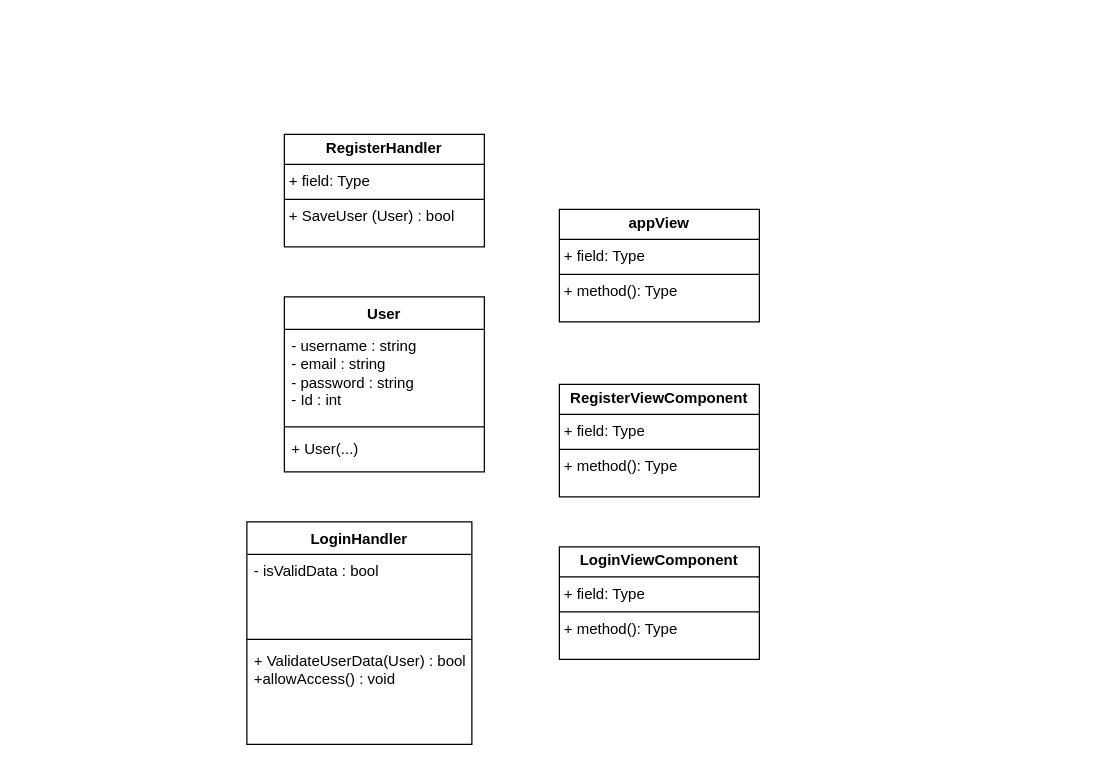
This is diagrams/app.dio from RamadoriVladimir/isft151-pp3-, a draw.io file, before an edit. Source tidied: cells renumbered, new cells numbered last; positions are measured from the earlier drawing's top-left corner, leaving out a move shared by most shapes. Both pictures are drawn from the tidied source at 125%, with x=0, y=0 at pixel (246, 134).
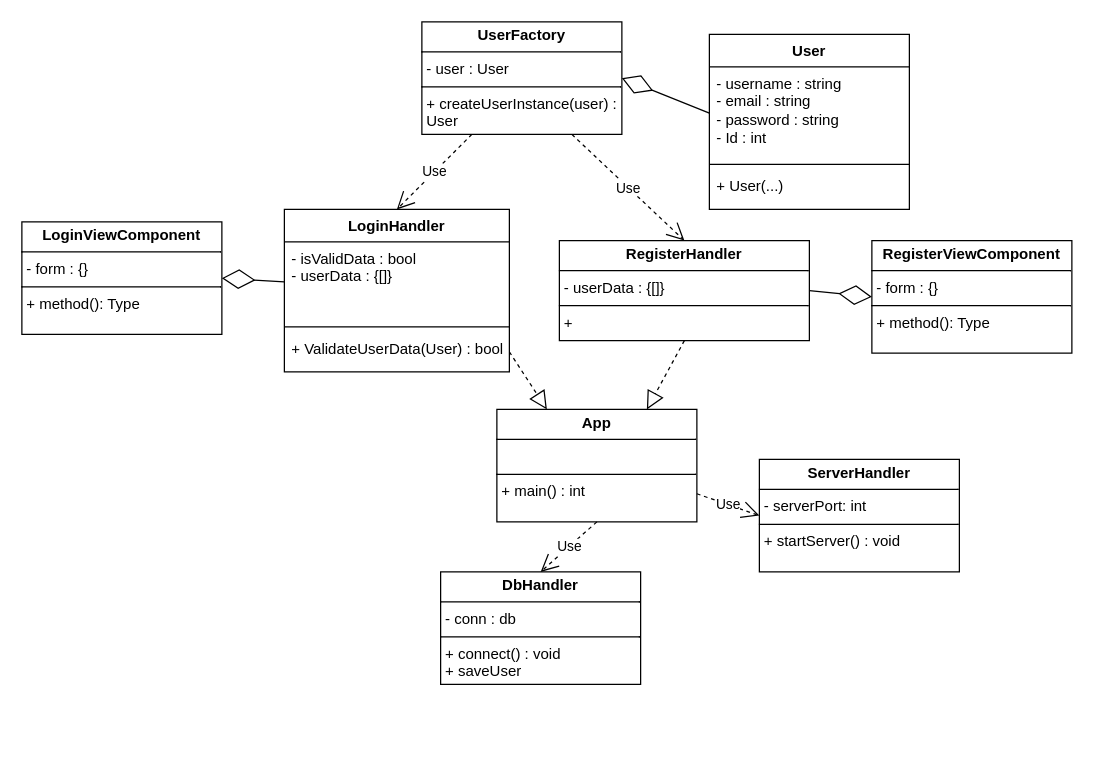
After the change.

The edit, as a diff of the source:
```diff
@@
-    <mxCell id="2" value="&lt;span style=&quot;background-color: light-dark(#ffffff, var(--ge-dark-color, #121212));&quot;&gt;User&lt;/span&gt;" style="swimlane;fontStyle=1;align=center;verticalAlign=top;horizontal=1;startSize=26;whiteSpace=wrap;html=1;" parent="1" vertex="1">
-      <mxGeometry x="30" y="130" width="160" height="140" as="geometry" />
-    </mxCell>
-    <mxCell id="3" value="- username : string&lt;div&gt;- email : string&lt;/div&gt;&lt;div&gt;- password : string&lt;/div&gt;&lt;div&gt;- Id : int&lt;/div&gt;" style="text;strokeColor=none;fillColor=none;align=left;verticalAlign=top;spacingLeft=4;spacingRight=4;overflow=hidden;points=[[0,0.5],[1,0.5]];portConstraint=eastwest;whiteSpace=wrap;html=1;" parent="2" vertex="1">
-      <mxGeometry y="26" width="160" height="74" as="geometry" />
-    </mxCell>
-    <mxCell id="4" style="line;strokeWidth=1;fillColor=none;align=left;verticalAlign=middle;spacingTop=-1;spacingLeft=3;spacingRight=3;labelPosition=right;strokeColor=inherit;" parent="2" vertex="1">
-      <mxGeometry y="100" width="160" height="8" as="geometry" />
-    </mxCell>
-    <mxCell id="5" value="+ User(...)" style="text;strokeColor=none;fillColor=none;align=left;verticalAlign=top;spacingLeft=4;spacingRight=4;overflow=hidden;whiteSpace=wrap;html=1;" parent="2" vertex="1">
-      <mxGeometry y="108" width="160" height="32" as="geometry" />
-    </mxCell>
     <mxCell id="6" value="LoginHandler" style="swimlane;fontStyle=1;align=center;verticalAlign=top;horizontal=1;startSize=26;whiteSpace=wrap;html=1;" parent="1" vertex="1">
-      <mxGeometry y="310" width="180" height="178" as="geometry" />
+      <mxGeometry x="30" y="60" width="180" height="130" as="geometry" />
     </mxCell>
-    <mxCell id="7" value="- isValidData : bool&lt;div&gt;&lt;br&gt;&lt;/div&gt;" style="text;strokeColor=none;fillColor=none;align=left;verticalAlign=top;spacingLeft=4;spacingRight=4;overflow=hidden;points=[[0,0.5],[1,0.5]];portConstraint=eastwest;whiteSpace=wrap;html=1;" parent="6" vertex="1">
+    <mxCell id="7" value="- isValidData : bool&lt;div&gt;- userData : {[]}&lt;/div&gt;" style="text;strokeColor=none;fillColor=none;align=left;verticalAlign=top;spacingLeft=4;spacingRight=4;overflow=hidden;points=[[0,0.5],[1,0.5]];portConstraint=eastwest;whiteSpace=wrap;html=1;" parent="6" vertex="1">
       <mxGeometry y="26" width="180" height="64" as="geometry" />
     </mxCell>
@@
-    <mxCell id="9" value="+ ValidateUserData(User) : bool&lt;div&gt;+allowAccess() : void&lt;/div&gt;" style="text;strokeColor=none;fillColor=none;align=left;verticalAlign=top;spacingLeft=4;spacingRight=4;overflow=hidden;points=[[0,0.5],[1,0.5]];portConstraint=eastwest;whiteSpace=wrap;html=1;" parent="6" vertex="1">
-      <mxGeometry y="98" width="180" height="80" as="geometry" />
+    <mxCell id="9" value="&lt;div&gt;&lt;span style=&quot;background-color: transparent;&quot;&gt;+ ValidateUserData(User) : bool&lt;/span&gt;&lt;/div&gt;&lt;div&gt;&lt;br&gt;&lt;/div&gt;" style="text;strokeColor=none;fillColor=none;align=left;verticalAlign=top;spacingLeft=4;spacingRight=4;overflow=hidden;points=[[0,0.5],[1,0.5]];portConstraint=eastwest;whiteSpace=wrap;html=1;" parent="6" vertex="1">
+      <mxGeometry y="98" width="180" height="32" as="geometry" />
     </mxCell>
-    <mxCell id="10" value="&lt;p style=&quot;margin:0px;margin-top:4px;text-align:center;&quot;&gt;&lt;b&gt;RegisterHandler&lt;/b&gt;&lt;/p&gt;&lt;hr size=&quot;1&quot; style=&quot;border-style:solid;&quot;&gt;&lt;p style=&quot;margin:0px;margin-left:4px;&quot;&gt;+ field: Type&lt;/p&gt;&lt;hr size=&quot;1&quot; style=&quot;border-style:solid;&quot;&gt;&lt;p style=&quot;margin:0px;margin-left:4px;&quot;&gt;+ SaveUser (User) : bool&lt;/p&gt;" style="verticalAlign=top;align=left;overflow=fill;html=1;whiteSpace=wrap;" parent="1" vertex="1">
-      <mxGeometry x="30" width="160" height="90" as="geometry" />
+    <mxCell id="10" value="&lt;p style=&quot;margin:0px;margin-top:4px;text-align:center;&quot;&gt;&lt;b&gt;RegisterHandler&lt;/b&gt;&lt;/p&gt;&lt;hr size=&quot;1&quot; style=&quot;border-style:solid;&quot;&gt;&lt;p style=&quot;margin:0px;margin-left:4px;&quot;&gt;- userData : {[]}&lt;/p&gt;&lt;hr size=&quot;1&quot; style=&quot;border-style:solid;&quot;&gt;&lt;p style=&quot;margin:0px;margin-left:4px;&quot;&gt;+&amp;nbsp;&lt;/p&gt;" style="verticalAlign=top;align=left;overflow=fill;html=1;whiteSpace=wrap;" parent="1" vertex="1">
+      <mxGeometry x="250" y="85" width="200" height="80" as="geometry" />
     </mxCell>
-    <mxCell id="11" value="&lt;p style=&quot;margin:0px;margin-top:4px;text-align:center;&quot;&gt;&lt;b&gt;RegisterViewComponent&lt;/b&gt;&lt;/p&gt;&lt;hr size=&quot;1&quot; style=&quot;border-style:solid;&quot;&gt;&lt;p style=&quot;margin:0px;margin-left:4px;&quot;&gt;+ field: Type&lt;/p&gt;&lt;hr size=&quot;1&quot; style=&quot;border-style:solid;&quot;&gt;&lt;p style=&quot;margin:0px;margin-left:4px;&quot;&gt;+ method(): Type&lt;/p&gt;" style="verticalAlign=top;align=left;overflow=fill;html=1;whiteSpace=wrap;" parent="1" vertex="1">
-      <mxGeometry x="250" y="200" width="160" height="90" as="geometry" />
+    <mxCell id="11" value="&lt;p style=&quot;margin:0px;margin-top:4px;text-align:center;&quot;&gt;&lt;b&gt;RegisterViewComponent&lt;/b&gt;&lt;/p&gt;&lt;hr size=&quot;1&quot; style=&quot;border-style:solid;&quot;&gt;&lt;p style=&quot;margin:0px;margin-left:4px;&quot;&gt;- form : {}&lt;/p&gt;&lt;hr size=&quot;1&quot; style=&quot;border-style:solid;&quot;&gt;&lt;p style=&quot;margin:0px;margin-left:4px;&quot;&gt;+ method(): Type&lt;/p&gt;" style="verticalAlign=top;align=left;overflow=fill;html=1;whiteSpace=wrap;" parent="1" vertex="1">
+      <mxGeometry x="500" y="85" width="160" height="90" as="geometry" />
     </mxCell>
-    <mxCell id="12" value="&lt;p style=&quot;margin:0px;margin-top:4px;text-align:center;&quot;&gt;&lt;b&gt;LoginViewComponent&lt;/b&gt;&lt;/p&gt;&lt;hr size=&quot;1&quot; style=&quot;border-style:solid;&quot;&gt;&lt;p style=&quot;margin:0px;margin-left:4px;&quot;&gt;+ field: Type&lt;/p&gt;&lt;hr size=&quot;1&quot; style=&quot;border-style:solid;&quot;&gt;&lt;p style=&quot;margin:0px;margin-left:4px;&quot;&gt;+ method(): Type&lt;/p&gt;" style="verticalAlign=top;align=left;overflow=fill;html=1;whiteSpace=wrap;" parent="1" vertex="1">
-      <mxGeometry x="250" y="330" width="160" height="90" as="geometry" />
+    <mxCell id="12" value="&lt;p style=&quot;margin:0px;margin-top:4px;text-align:center;&quot;&gt;&lt;b&gt;LoginViewComponent&lt;/b&gt;&lt;/p&gt;&lt;hr size=&quot;1&quot; style=&quot;border-style:solid;&quot;&gt;&lt;p style=&quot;margin:0px;margin-left:4px;&quot;&gt;- form : {}&lt;/p&gt;&lt;hr size=&quot;1&quot; style=&quot;border-style:solid;&quot;&gt;&lt;p style=&quot;margin:0px;margin-left:4px;&quot;&gt;+ method(): Type&lt;/p&gt;" style="verticalAlign=top;align=left;overflow=fill;html=1;whiteSpace=wrap;" parent="1" vertex="1">
+      <mxGeometry x="-180" y="70" width="160" height="90" as="geometry" />
     </mxCell>
-    <mxCell id="13" value="&lt;p style=&quot;margin:0px;margin-top:4px;text-align:center;&quot;&gt;&lt;b&gt;appView&lt;/b&gt;&lt;/p&gt;&lt;hr size=&quot;1&quot; style=&quot;border-style:solid;&quot;&gt;&lt;p style=&quot;margin:0px;margin-left:4px;&quot;&gt;+ field: Type&lt;/p&gt;&lt;hr size=&quot;1&quot; style=&quot;border-style:solid;&quot;&gt;&lt;p style=&quot;margin:0px;margin-left:4px;&quot;&gt;+ method(): Type&lt;/p&gt;" style="verticalAlign=top;align=left;overflow=fill;html=1;whiteSpace=wrap;" parent="1" vertex="1">
-      <mxGeometry x="250" y="60" width="160" height="90" as="geometry" />
-    </mxCell>
+    <mxCell id="14" value="&lt;p style=&quot;margin:0px;margin-top:4px;text-align:center;&quot;&gt;&lt;b&gt;App&lt;/b&gt;&lt;/p&gt;&lt;hr size=&quot;1&quot; style=&quot;border-style:solid;&quot;&gt;&lt;p style=&quot;margin:0px;margin-left:4px;&quot;&gt;&lt;br&gt;&lt;/p&gt;&lt;hr size=&quot;1&quot; style=&quot;border-style:solid;&quot;&gt;&lt;p style=&quot;margin:0px;margin-left:4px;&quot;&gt;+ main() : int&lt;span style=&quot;white-space: pre;&quot;&gt;&#9;&lt;/span&gt;&lt;/p&gt;" style="verticalAlign=top;align=left;overflow=fill;html=1;whiteSpace=wrap;" parent="1" vertex="1">
+      <mxGeometry x="200" y="220" width="160" height="90" as="geometry" />
+    </mxCell>
+    <mxCell id="15" value="&lt;p style=&quot;margin:0px;margin-top:4px;text-align:center;&quot;&gt;&lt;b&gt;DbHandler&lt;/b&gt;&lt;/p&gt;&lt;hr size=&quot;1&quot; style=&quot;border-style:solid;&quot;&gt;&lt;p style=&quot;margin:0px;margin-left:4px;&quot;&gt;- conn : db&lt;/p&gt;&lt;hr size=&quot;1&quot; style=&quot;border-style:solid;&quot;&gt;&lt;p style=&quot;margin:0px;margin-left:4px;&quot;&gt;+ connect() : void&lt;/p&gt;&lt;p style=&quot;margin:0px;margin-left:4px;&quot;&gt;+ saveUser&lt;/p&gt;" style="verticalAlign=top;align=left;overflow=fill;html=1;whiteSpace=wrap;" parent="1" vertex="1">
+      <mxGeometry x="155" y="350" width="160" height="90" as="geometry" />
+    </mxCell>
+    <mxCell id="16" value="Use" style="endArrow=open;endSize=12;dashed=1;html=1;exitX=0.5;exitY=1;exitDx=0;exitDy=0;entryX=0.5;entryY=0;entryDx=0;entryDy=0;" parent="1" edge="1" source="14" target="15">
+      <mxGeometry relative="1" as="geometry" />
+    </mxCell>
+    <mxCell id="17" value="&lt;p style=&quot;margin:0px;margin-top:4px;text-align:center;&quot;&gt;&lt;b&gt;ServerHandler&lt;/b&gt;&lt;/p&gt;&lt;hr size=&quot;1&quot; style=&quot;border-style:solid;&quot;&gt;&lt;p style=&quot;margin:0px;margin-left:4px;&quot;&gt;- serverPort: int&lt;/p&gt;&lt;hr size=&quot;1&quot; style=&quot;border-style:solid;&quot;&gt;&lt;p style=&quot;margin:0px;margin-left:4px;&quot;&gt;+ startServer() : void&lt;/p&gt;" style="verticalAlign=top;align=left;overflow=fill;html=1;whiteSpace=wrap;" parent="1" vertex="1">
+      <mxGeometry x="410" y="260" width="160" height="90" as="geometry" />
+    </mxCell>
+    <mxCell id="18" value="Use" style="endArrow=open;endSize=12;dashed=1;html=1;exitX=1;exitY=0.75;exitDx=0;exitDy=0;entryX=0;entryY=0.5;entryDx=0;entryDy=0;" parent="1" edge="1" source="14" target="17">
+      <mxGeometry relative="1" as="geometry" />
+    </mxCell>
+    <mxCell id="19" value="&lt;p style=&quot;margin:0px;margin-top:4px;text-align:center;&quot;&gt;&lt;b&gt;UserFactory&lt;/b&gt;&lt;/p&gt;&lt;hr size=&quot;1&quot; style=&quot;border-style:solid;&quot;&gt;&lt;p style=&quot;margin:0px;margin-left:4px;&quot;&gt;- user : User&lt;/p&gt;&lt;hr size=&quot;1&quot; style=&quot;border-style:solid;&quot;&gt;&lt;p style=&quot;margin:0px;margin-left:4px;&quot;&gt;+ createUserInstance(user) : User&lt;/p&gt;" style="verticalAlign=top;align=left;overflow=fill;html=1;whiteSpace=wrap;" parent="1" vertex="1">
+      <mxGeometry x="140" y="-90" width="160" height="90" as="geometry" />
+    </mxCell>
+    <mxCell id="2" value="&lt;span style=&quot;background-color: light-dark(#ffffff, var(--ge-dark-color, #121212));&quot;&gt;User&lt;/span&gt;" style="swimlane;fontStyle=1;align=center;verticalAlign=top;horizontal=1;startSize=26;whiteSpace=wrap;html=1;" parent="1" vertex="1">
+      <mxGeometry x="370" y="-80" width="160" height="140" as="geometry" />
+    </mxCell>
+    <mxCell id="3" value="- username : string&lt;div&gt;- email : string&lt;/div&gt;&lt;div&gt;- password : string&lt;/div&gt;&lt;div&gt;- Id : int&lt;/div&gt;" style="text;strokeColor=none;fillColor=none;align=left;verticalAlign=top;spacingLeft=4;spacingRight=4;overflow=hidden;points=[[0,0.5],[1,0.5]];portConstraint=eastwest;whiteSpace=wrap;html=1;" parent="2" vertex="1">
+      <mxGeometry y="26" width="160" height="74" as="geometry" />
+    </mxCell>
+    <mxCell id="4" style="line;strokeWidth=1;fillColor=none;align=left;verticalAlign=middle;spacingTop=-1;spacingLeft=3;spacingRight=3;labelPosition=right;strokeColor=inherit;" parent="2" vertex="1">
+      <mxGeometry y="100" width="160" height="8" as="geometry" />
+    </mxCell>
+    <mxCell id="5" value="+ User(...)" style="text;strokeColor=none;fillColor=none;align=left;verticalAlign=top;spacingLeft=4;spacingRight=4;overflow=hidden;whiteSpace=wrap;html=1;" parent="2" vertex="1">
+      <mxGeometry y="108" width="160" height="32" as="geometry" />
+    </mxCell>
+    <mxCell id="20" style="endArrow=diamondThin;endFill=0;endSize=24;html=1;exitX=0;exitY=0.5;exitDx=0;exitDy=0;entryX=1;entryY=0.5;entryDx=0;entryDy=0;" parent="1" edge="1" source="3" target="19">
+      <mxGeometry relative="1" as="geometry" />
+    </mxCell>
+    <mxCell id="21" style="endArrow=block;dashed=1;endFill=0;endSize=12;html=1;exitX=1;exitY=0.5;exitDx=0;exitDy=0;entryX=0.25;entryY=0;entryDx=0;entryDy=0;" parent="1" edge="1" source="9" target="14">
+      <mxGeometry relative="1" as="geometry" />
+    </mxCell>
+    <mxCell id="22" style="endArrow=block;dashed=1;endFill=0;endSize=12;html=1;exitX=0.5;exitY=1;exitDx=0;exitDy=0;entryX=0.75;entryY=0;entryDx=0;entryDy=0;" parent="1" edge="1" source="10" target="14">
+      <mxGeometry relative="1" as="geometry" />
+    </mxCell>
+    <mxCell id="23" style="endArrow=diamondThin;endFill=0;endSize=24;html=1;exitX=1;exitY=0.5;exitDx=0;exitDy=0;entryX=0;entryY=0.5;entryDx=0;entryDy=0;" parent="1" edge="1" source="10" target="11">
+      <mxGeometry relative="1" as="geometry" />
+    </mxCell>
+    <mxCell id="24" value="Use" style="endArrow=open;endSize=12;dashed=1;html=1;exitX=0.75;exitY=1;exitDx=0;exitDy=0;entryX=0.5;entryY=0;entryDx=0;entryDy=0;" parent="1" edge="1" source="19" target="10">
+      <mxGeometry relative="1" as="geometry" />
+    </mxCell>
+    <mxCell id="25" value="Use" style="endArrow=open;endSize=12;dashed=1;html=1;exitX=0.25;exitY=1;exitDx=0;exitDy=0;entryX=0.5;entryY=0;entryDx=0;entryDy=0;" parent="1" edge="1" source="19" target="6">
+      <mxGeometry relative="1" as="geometry" />
+    </mxCell>
+    <mxCell id="26" style="endArrow=diamondThin;endFill=0;endSize=24;html=1;exitX=0;exitY=0.5;exitDx=0;exitDy=0;entryX=1;entryY=0.5;entryDx=0;entryDy=0;" parent="1" edge="1" source="7" target="12">
+      <mxGeometry relative="1" as="geometry" />
+    </mxCell>
```
